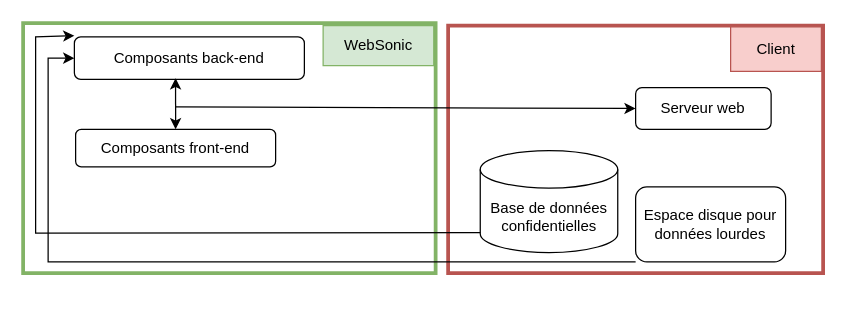
Before: WebSonic architecture base applicative.drawio in cjour/audit_logistics, a draw.io diagram. Source tidied: cells renumbered, new cells numbered last; positions are measured from the earlier drawing's top-left corner, leaving out a move shared by most shapes. Both pictures are drawn from the tidied source at 125%, with x=0, y=0 at pixel (22, 22).
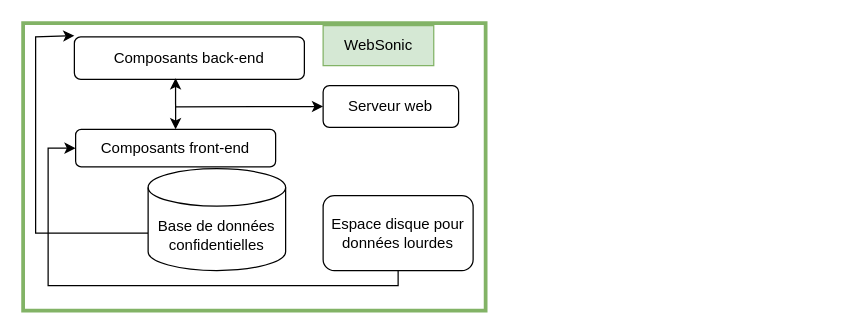
The same page after the edit.

Commit message:
Mettre à jour WebSonic architecture base applicative.drawio

The change refers to these unchanged cells:
```xml
<mxCell id="10" value="Composants front-end" style="rounded=1;whiteSpace=wrap;html=1;" parent="1" vertex="1">
  <mxGeometry x="42" y="85" width="160" height="30" as="geometry" />
</mxCell>
<mxCell id="11" value="Composants back-end" style="rounded=1;whiteSpace=wrap;html=1;" parent="1" vertex="1">
  <mxGeometry x="41" y="11" width="184" height="34" as="geometry" />
</mxCell>
```

What changed in the source:
```diff
@@
-    <mxCell id="2" style="group;" parent="1" vertex="1">
-      <mxGeometry x="340" y="2" width="305" height="198" as="geometry" />
-    </mxCell>
-    <mxCell id="3" style="rounded=0;whiteSpace=wrap;html=1;fillColor=none;strokeColor=#b85450;strokeWidth=3;" parent="2" vertex="1">
-      <mxGeometry width="300" height="198" as="geometry" />
-    </mxCell>
-    <mxCell id="4" value="Client" style="rounded=0;whiteSpace=wrap;html=1;fillColor=#f8cecc;strokeColor=#b85450;" parent="2" vertex="1">
-      <mxGeometry x="226" y="1" width="72.6" height="35.6" as="geometry" />
-    </mxCell>
-    <mxCell id="5" value="Base de données confidentielles" style="shape=cylinder3;whiteSpace=wrap;html=1;boundedLbl=1;backgroundOutline=1;size=15;" parent="2" vertex="1">
-      <mxGeometry x="25.7" y="100" width="110" height="81.5" as="geometry" />
-    </mxCell>
-    <mxCell id="6" value="&lt;div&gt;Serveur web&lt;/div&gt;" style="rounded=1;whiteSpace=wrap;html=1;" parent="2" vertex="1">
-      <mxGeometry x="150" y="49.6" width="108.4" height="33.4" as="geometry" />
-    </mxCell>
-    <mxCell id="7" value="Espace disque pour données lourdes" style="rounded=1;whiteSpace=wrap;html=1;" parent="2" vertex="1">
-      <mxGeometry x="150" y="129" width="120" height="60" as="geometry" />
-    </mxCell>
     <mxCell id="8" style="rounded=0;whiteSpace=wrap;html=1;fillColor=none;strokeColor=#82b366;strokeWidth=3;" parent="1" vertex="1">
-      <mxGeometry width="330" height="200" as="geometry" />
+      <mxGeometry width="370" height="230" as="geometry" />
     </mxCell>
@@
-    <mxCell id="14" style="endArrow=none;html=1;rounded=0;endFill=0;startArrow=classic;startFill=1;exitX=0;exitY=0;exitDx=0;exitDy=0;entryX=0;entryY=1;entryDx=0;entryDy=-15;entryPerimeter=0;" parent="1" edge="1">
+    <mxCell id="14" style="endArrow=none;html=1;rounded=0;endFill=0;startArrow=classic;startFill=1;exitX=0;exitY=0;exitDx=0;exitDy=0;" parent="1" edge="1">
       <mxGeometry relative="1" as="geometry">
         <mxPoint x="41" y="10" as="sourcePoint" />
-        <mxPoint x="365.7" y="167.5" as="targetPoint" />
+        <mxPoint x="100" y="168" as="targetPoint" />
         <Array as="points">
           <mxPoint x="10" y="11" />
           <mxPoint x="10" y="168" />
         </Array>
       </mxGeometry>
     </mxCell>
-    <mxCell id="15" style="endArrow=classic;html=1;rounded=0;exitX=0;exitY=1;exitDx=0;exitDy=0;entryX=0;entryY=0.5;entryDx=0;entryDy=0;" parent="1" edge="1" source="7" target="11">
+    <mxCell id="15" style="endArrow=classic;html=1;rounded=0;exitX=0.5;exitY=1;exitDx=0;exitDy=0;entryX=0;entryY=0.5;entryDx=0;entryDy=0;" parent="1" edge="1" source="7" target="10">
       <mxGeometry relative="1" as="geometry">
         <Array as="points">
-          <mxPoint x="20" y="191" />
-          <mxPoint x="20" y="28" />
+          <mxPoint x="300" y="210" />
+          <mxPoint x="20" y="210" />
+          <mxPoint x="20" y="100" />
         </Array>
       </mxGeometry>
     </mxCell>
+    <mxCell id="5" value="Base de données confidentielles" style="shape=cylinder3;whiteSpace=wrap;html=1;boundedLbl=1;backgroundOutline=1;size=15;" parent="1" vertex="1">
+      <mxGeometry x="100" y="116.4" width="110" height="81.5" as="geometry" />
+    </mxCell>
+    <mxCell id="7" value="Espace disque pour données lourdes" style="rounded=1;whiteSpace=wrap;html=1;" parent="1" vertex="1">
+      <mxGeometry x="240" y="138" width="120" height="60" as="geometry" />
+    </mxCell>
+    <mxCell id="6" value="&lt;div&gt;Serveur web&lt;/div&gt;" style="rounded=1;whiteSpace=wrap;html=1;" parent="1" vertex="1">
+      <mxGeometry x="240" y="50" width="108.4" height="33.4" as="geometry" />
+    </mxCell>
```
